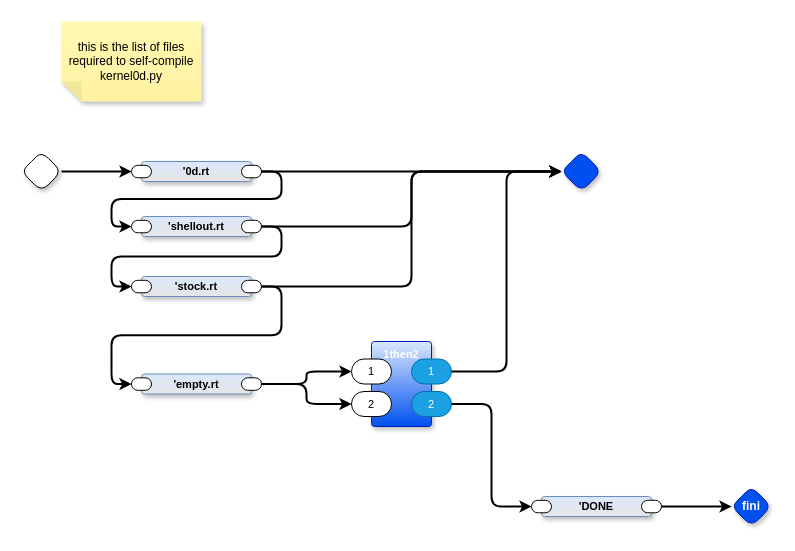
Before: page "List Filenames" (2 of 35) of rt2all.drawio in guitarvydas/rt, a draw.io diagram. Source tidied: cells renumbered, new cells numbered last; positions are measured from the earlier drawing's top-left corner, leaving out a move shared by most shapes. Both pictures are drawn from the tidied source at 100%, with x=0, y=0 at pixel (21, 21).
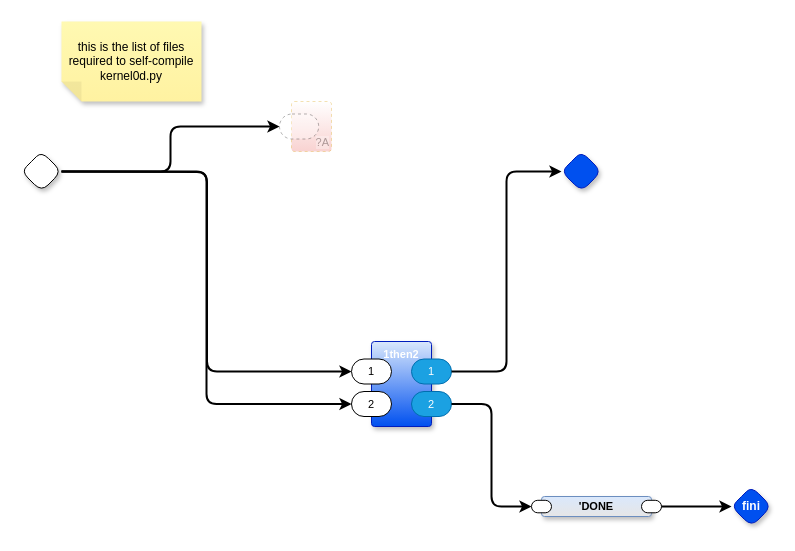
The same diagram, later.

The change refers to these unchanged cells:
```xml
<mxCell id="5" style="rhombus;whiteSpace=wrap;html=1;rounded=1;fontStyle=1;glass=0;sketch=0;fontSize=12;points=[[0,0.5,0,0,0],[0.5,0,0,0,0],[0.5,1,0,0,0],[1,0.5,0,0,0]];shadow=1;fillColor=#0050ef;fontColor=#ffffff;strokeColor=#001DBC;fontFamily=Helvetica;labelBackgroundColor=none;" parent="1" vertex="1">
  <mxGeometry x="540" y="130" width="40" height="40" as="geometry" />
</mxCell>
<mxCell id="9" value="2" style="rounded=1;whiteSpace=wrap;html=1;sketch=0;points=[[0,0.5,0,0,0],[1,0.5,0,0,0]];arcSize=50;fontFamily=Helvetica;fontSize=11;fontColor=default;labelBackgroundColor=none;" parent="8" vertex="1">
  <mxGeometry x="-20" y="50" width="40" height="25" as="geometry" />
</mxCell>
<mxCell id="10" value="1" style="rounded=1;whiteSpace=wrap;html=1;sketch=0;points=[[0,0.5,0,0,0],[1,0.5,0,0,0]];arcSize=50;fontFamily=Helvetica;fontSize=11;fontColor=default;labelBackgroundColor=none;" parent="8" vertex="1">
  <mxGeometry x="-20" y="17.5" width="40" height="25" as="geometry" />
</mxCell>
<mxCell id="15" style="rhombus;whiteSpace=wrap;html=1;rounded=1;fontStyle=1;glass=0;sketch=0;fontSize=12;points=[[0,0.5,0,0,0],[0.5,0,0,0,0],[0.5,1,0,0,0],[1,0.5,0,0,0]];shadow=1;fontFamily=Helvetica;fontColor=default;" parent="1" vertex="1">
  <mxGeometry y="130" width="40" height="40" as="geometry" />
</mxCell>
```

Change to the diagram source:
```diff
@@
-    <mxCell id="16" style="edgeStyle=orthogonalEdgeStyle;rounded=1;jettySize=auto;html=1;exitX=1;exitY=0.5;exitDx=0;exitDy=0;exitPerimeter=0;strokeWidth=2;curved=0;entryX=0;entryY=0.5;entryDx=0;entryDy=0;entryPerimeter=0;" parent="1" edge="1" source="15" target="35">
-      <mxGeometry relative="1" as="geometry" />
-    </mxCell>
-    <mxCell id="17" value="'shellout.rt" style="rounded=1;whiteSpace=wrap;html=1;verticalAlign=middle;arcSize=6;fontStyle=1;absoluteArcSize=1;shadow=1;strokeColor=#6c8ebf;fillColor=#dae8fc;fontFamily=Helvetica;fontSize=11;gradientColor=#E6E6E6;fontColor=default;" parent="1" vertex="1">
-      <mxGeometry x="120" y="195" width="110" height="20" as="geometry" />
-    </mxCell>
-    <mxCell id="18" style="rounded=1;whiteSpace=wrap;html=1;sketch=0;points=[[0,0.5,0,0,0],[1,0.5,0,0,0]];arcSize=50;fontFamily=Helvetica;fontSize=11;fontColor=default;" parent="17" vertex="1">
-      <mxGeometry x="100" y="3.8" width="20" height="12.5" as="geometry" />
-    </mxCell>
-    <mxCell id="19" style="rounded=1;whiteSpace=wrap;html=1;sketch=0;points=[[0,0.5,0,0,0],[1,0.5,0,0,0]];arcSize=50;fontFamily=Helvetica;fontSize=11;fontColor=default;" parent="17" vertex="1">
-      <mxGeometry x="-10" y="3.8" width="20" height="12.5" as="geometry" />
-    </mxCell>
-    <mxCell id="20" style="edgeStyle=orthogonalEdgeStyle;rounded=1;jettySize=auto;html=1;exitX=1;exitY=0.5;exitDx=0;exitDy=0;exitPerimeter=0;entryX=0;entryY=0.5;entryDx=0;entryDy=0;entryPerimeter=0;strokeWidth=2;curved=0;" parent="1" edge="1" source="18" target="24">
-      <mxGeometry relative="1" as="geometry" />
-    </mxCell>
-    <mxCell id="21" style="edgeStyle=orthogonalEdgeStyle;shape=connector;curved=0;rounded=1;jettySize=auto;html=1;exitX=1;exitY=0.5;exitDx=0;exitDy=0;exitPerimeter=0;entryX=0;entryY=0.5;entryDx=0;entryDy=0;entryPerimeter=0;strokeColor=default;strokeWidth=2;align=center;verticalAlign=middle;fontFamily=Helvetica;fontSize=11;fontColor=default;labelBackgroundColor=default;endArrow=classic;" parent="1" edge="1" source="18" target="5">
-      <mxGeometry relative="1" as="geometry" />
-    </mxCell>
-    <mxCell id="22" value="'stock.rt" style="rounded=1;whiteSpace=wrap;html=1;verticalAlign=middle;arcSize=6;fontStyle=1;absoluteArcSize=1;shadow=1;strokeColor=#6c8ebf;fillColor=#dae8fc;fontFamily=Helvetica;fontSize=11;gradientColor=#E6E6E6;fontColor=default;" parent="1" vertex="1">
-      <mxGeometry x="120" y="255" width="110" height="20" as="geometry" />
-    </mxCell>
-    <mxCell id="23" style="rounded=1;whiteSpace=wrap;html=1;sketch=0;points=[[0,0.5,0,0,0],[1,0.5,0,0,0]];arcSize=50;fontFamily=Helvetica;fontSize=11;fontColor=default;" parent="22" vertex="1">
-      <mxGeometry x="100" y="3.8" width="20" height="12.5" as="geometry" />
-    </mxCell>
-    <mxCell id="24" style="rounded=1;whiteSpace=wrap;html=1;sketch=0;points=[[0,0.5,0,0,0],[1,0.5,0,0,0]];arcSize=50;fontFamily=Helvetica;fontSize=11;fontColor=default;" parent="22" vertex="1">
-      <mxGeometry x="-10" y="3.8" width="20" height="12.5" as="geometry" />
-    </mxCell>
-    <mxCell id="25" style="edgeStyle=orthogonalEdgeStyle;rounded=1;jettySize=auto;html=1;entryX=0;entryY=0.5;entryDx=0;entryDy=0;entryPerimeter=0;strokeWidth=2;curved=0;exitX=1;exitY=0.5;exitDx=0;exitDy=0;exitPerimeter=0;" parent="1" edge="1" source="29" target="10">
-      <mxGeometry relative="1" as="geometry" />
-    </mxCell>
-    <mxCell id="26" style="edgeStyle=orthogonalEdgeStyle;rounded=1;jettySize=auto;html=1;entryX=0;entryY=0.5;entryDx=0;entryDy=0;entryPerimeter=0;strokeWidth=2;curved=0;exitX=1;exitY=0.5;exitDx=0;exitDy=0;exitPerimeter=0;" parent="1" edge="1" source="29" target="9">
-      <mxGeometry relative="1" as="geometry" />
-    </mxCell>
@@
-    <mxCell id="28" value="'empty.rt" style="rounded=1;whiteSpace=wrap;html=1;verticalAlign=middle;arcSize=6;fontStyle=1;absoluteArcSize=1;shadow=1;strokeColor=#6c8ebf;fillColor=#dae8fc;fontFamily=Helvetica;fontSize=11;gradientColor=#E6E6E6;fontColor=default;" parent="1" vertex="1">
-      <mxGeometry x="120" y="352.5" width="110" height="20" as="geometry" />
-    </mxCell>
-    <mxCell id="29" style="rounded=1;whiteSpace=wrap;html=1;sketch=0;points=[[0,0.5,0,0,0],[1,0.5,0,0,0]];arcSize=50;fontFamily=Helvetica;fontSize=11;fontColor=default;" parent="28" vertex="1">
-      <mxGeometry x="100" y="3.8" width="20" height="12.5" as="geometry" />
-    </mxCell>
-    <mxCell id="30" style="rounded=1;whiteSpace=wrap;html=1;sketch=0;points=[[0,0.5,0,0,0],[1,0.5,0,0,0]];arcSize=50;fontFamily=Helvetica;fontSize=11;fontColor=default;" parent="28" vertex="1">
-      <mxGeometry x="-10" y="3.8" width="20" height="12.5" as="geometry" />
-    </mxCell>
-    <mxCell id="31" style="edgeStyle=orthogonalEdgeStyle;rounded=1;jettySize=auto;html=1;exitX=1;exitY=0.5;exitDx=0;exitDy=0;exitPerimeter=0;entryX=0;entryY=0.5;entryDx=0;entryDy=0;entryPerimeter=0;strokeWidth=2;curved=0;" parent="1" edge="1" source="23" target="30">
-      <mxGeometry relative="1" as="geometry" />
+    <mxCell id="31" style="edgeStyle=orthogonalEdgeStyle;rounded=1;jettySize=auto;html=1;entryX=0;entryY=0.5;entryDx=0;entryDy=0;entryPerimeter=0;strokeWidth=2;curved=0;" parent="1" edge="1" target="10">
+      <mxGeometry relative="1" as="geometry">
+        <mxPoint x="40" y="150" as="sourcePoint" />
+      </mxGeometry>
     </mxCell>
-    <mxCell id="32" style="edgeStyle=orthogonalEdgeStyle;rounded=1;jettySize=auto;html=1;exitX=1;exitY=0.5;exitDx=0;exitDy=0;exitPerimeter=0;entryX=0;entryY=0.5;entryDx=0;entryDy=0;entryPerimeter=0;strokeWidth=2;curved=0;" parent="1" edge="1" source="23" target="5">
-      <mxGeometry relative="1" as="geometry" />
-    </mxCell>
-    <mxCell id="33" value="'0d.rt" style="rounded=1;whiteSpace=wrap;html=1;verticalAlign=middle;arcSize=6;fontStyle=1;absoluteArcSize=1;shadow=1;strokeColor=#6c8ebf;fillColor=#dae8fc;fontFamily=Helvetica;fontSize=11;gradientColor=#E6E6E6;fontColor=default;" parent="1" vertex="1">
-      <mxGeometry x="120" y="140" width="110" height="20" as="geometry" />
-    </mxCell>
-    <mxCell id="34" style="rounded=1;whiteSpace=wrap;html=1;sketch=0;points=[[0,0.5,0,0,0],[1,0.5,0,0,0]];arcSize=50;fontFamily=Helvetica;fontSize=11;fontColor=default;" parent="33" vertex="1">
-      <mxGeometry x="100" y="3.8" width="20" height="12.5" as="geometry" />
-    </mxCell>
-    <mxCell id="35" style="rounded=1;whiteSpace=wrap;html=1;sketch=0;points=[[0,0.5,0,0,0],[1,0.5,0,0,0]];arcSize=50;fontFamily=Helvetica;fontSize=11;fontColor=default;" parent="33" vertex="1">
-      <mxGeometry x="-10" y="3.8" width="20" height="12.5" as="geometry" />
-    </mxCell>
-    <mxCell id="36" style="edgeStyle=orthogonalEdgeStyle;shape=connector;curved=0;rounded=1;jettySize=auto;html=1;exitX=1;exitY=0.5;exitDx=0;exitDy=0;exitPerimeter=0;entryX=0;entryY=0.5;entryDx=0;entryDy=0;entryPerimeter=0;strokeColor=default;strokeWidth=2;align=center;verticalAlign=middle;fontFamily=Helvetica;fontSize=11;fontColor=default;labelBackgroundColor=default;endArrow=classic;" parent="1" edge="1" source="34" target="5">
-      <mxGeometry relative="1" as="geometry" />
-    </mxCell>
-    <mxCell id="37" style="edgeStyle=orthogonalEdgeStyle;shape=connector;curved=0;rounded=1;jettySize=auto;html=1;exitX=1;exitY=0.5;exitDx=0;exitDy=0;exitPerimeter=0;entryX=0;entryY=0.5;entryDx=0;entryDy=0;entryPerimeter=0;strokeColor=default;strokeWidth=2;align=center;verticalAlign=middle;fontFamily=Helvetica;fontSize=11;fontColor=default;labelBackgroundColor=default;endArrow=classic;" parent="1" edge="1" source="34" target="19">
-      <mxGeometry relative="1" as="geometry" />
-    </mxCell>
+    <mxCell id="38" style="edgeStyle=orthogonalEdgeStyle;rounded=1;jettySize=auto;html=1;exitX=1;exitY=0.5;exitDx=0;exitDy=0;exitPerimeter=0;entryX=0;entryY=0.5;entryDx=0;entryDy=0;entryPerimeter=0;strokeWidth=2;curved=0;" parent="1" edge="1" source="15" target="9">
+      <mxGeometry relative="1" as="geometry" />
+    </mxCell>
+    <mxCell id="39" value="?A" style="rounded=1;whiteSpace=wrap;html=1;sketch=0;verticalAlign=bottom;arcSize=6;fontStyle=0;absoluteArcSize=1;shadow=0;strokeColor=#d79b00;fillColor=#FFFFFF;fontFamily=Helvetica;fontSize=11;dashed=1;opacity=30;align=right;textOpacity=30;gradientColor=#EA6B66;fontColor=default;labelBackgroundColor=default;" parent="1" vertex="1">
+      <mxGeometry x="270" y="80" width="40" height="50" as="geometry" />
+    </mxCell>
+    <mxCell id="40" style="rounded=1;whiteSpace=wrap;html=1;sketch=0;points=[[0,0.5,0,0,0],[1,0.5,0,0,0]];arcSize=50;fontFamily=Helvetica;fontSize=11;fontColor=default;dashed=1;textOpacity=50;opacity=30;fontStyle=0;labelBackgroundColor=default;" parent="39" vertex="1">
+      <mxGeometry x="-12" y="12.5" width="39.2" height="25" as="geometry" />
+    </mxCell>
+    <mxCell id="41" style="edgeStyle=orthogonalEdgeStyle;shape=connector;curved=0;rounded=1;jettySize=auto;html=1;exitX=1;exitY=0.5;exitDx=0;exitDy=0;exitPerimeter=0;entryX=0;entryY=0.5;entryDx=0;entryDy=0;entryPerimeter=0;strokeColor=default;strokeWidth=2;align=center;verticalAlign=middle;fontFamily=Helvetica;fontSize=11;fontColor=default;labelBackgroundColor=default;endArrow=classic;" parent="1" edge="1" source="15" target="40">
+      <mxGeometry relative="1" as="geometry" />
+    </mxCell>
```
